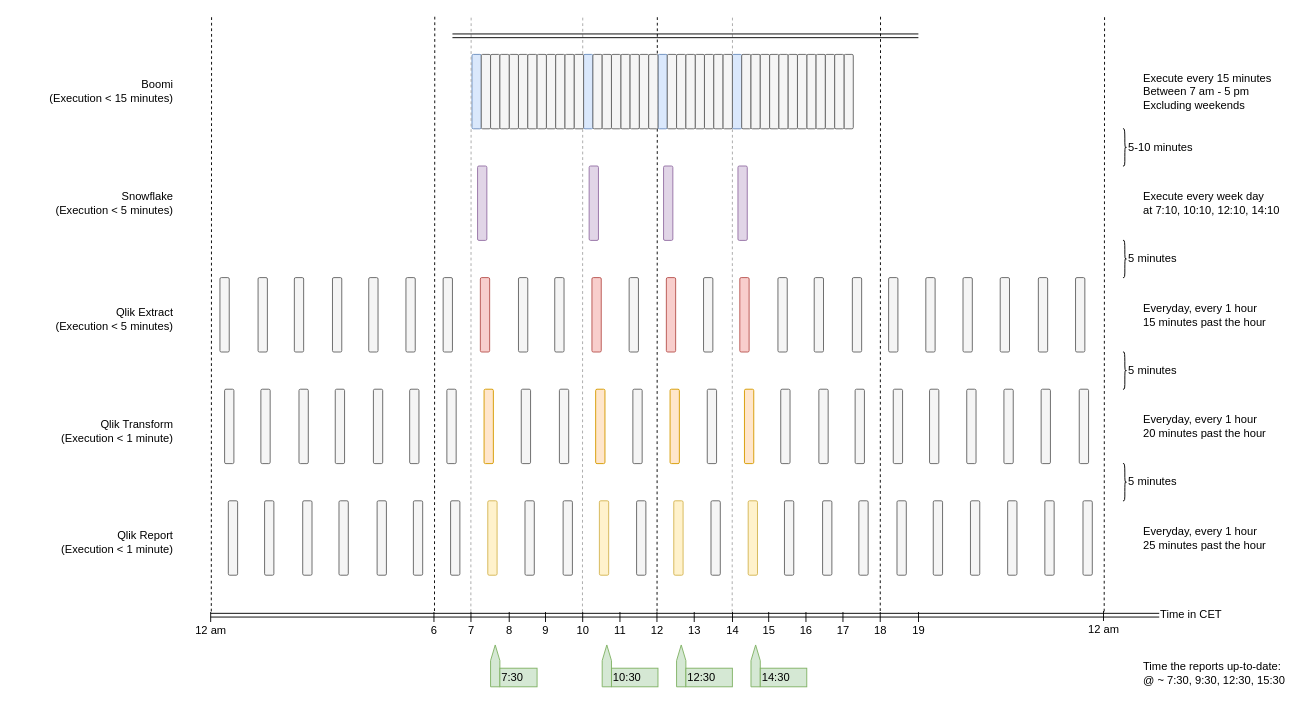
Before: IMpact schedules.drawio in Medair/drawio, a draw.io diagram. Source tidied: cells renumbered, new cells numbered last; positions are measured from the earlier drawing's top-left corner, leaving out a move shared by most shapes. Both pictures are drawn from the tidied source at 93%, with x=0, y=0 at pixel (34, 16).
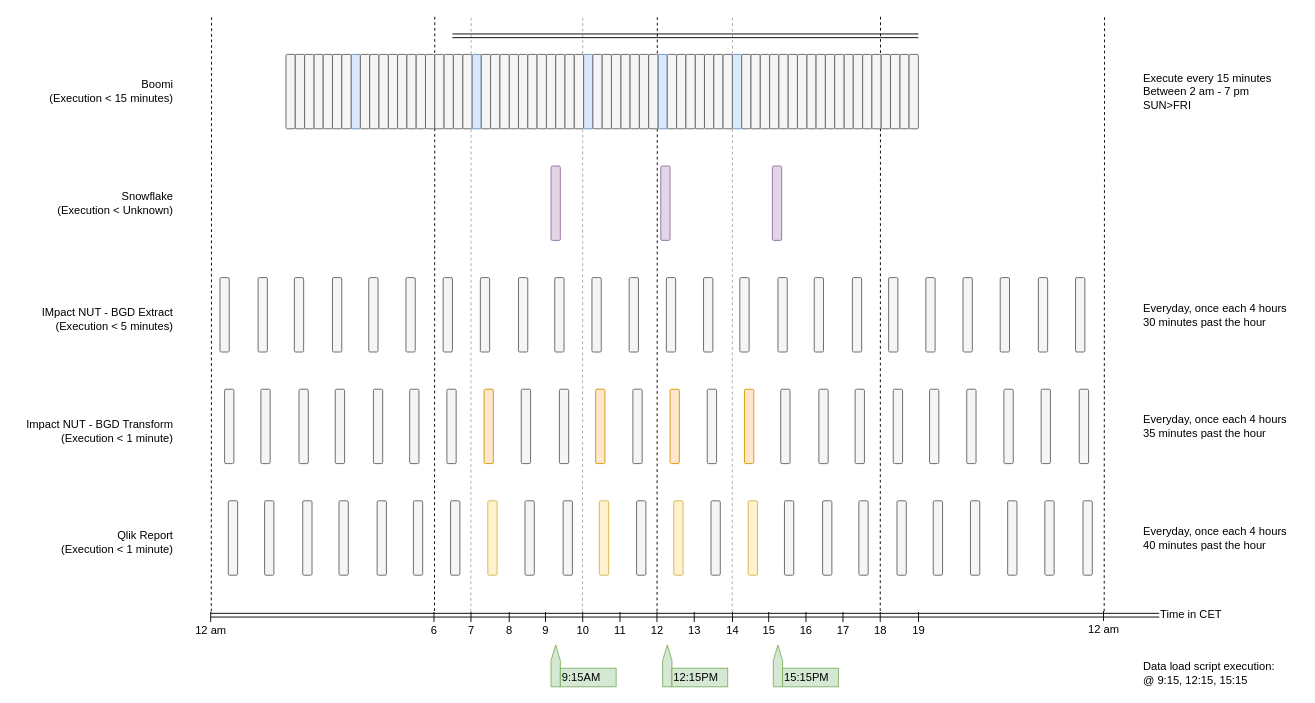
The same page after the edit.

Change to the diagram source:
```diff
@@
     <mxCell id="13" style="rounded=1;html=1;strokeColor=#9673a6;fillColor=#e1d5e7;verticalAlign=bottom;whiteSpace=wrap;labelPosition=center;verticalLabelPosition=top;align=center;" parent="1" vertex="1">
-      <mxGeometry x="476" y="161" width="10" height="80" as="geometry" />
+      <mxGeometry x="555" y="161" width="10" height="80" as="geometry" />
     </mxCell>
-    <mxCell id="14" style="rounded=1;whiteSpace=wrap;html=1;strokeColor=#9673a6;fillColor=#e1d5e7;" parent="1" vertex="1">
-      <mxGeometry x="596" y="161" width="10" height="80" as="geometry" />
-    </mxCell>
     <mxCell id="15" style="rounded=1;whiteSpace=wrap;html=1;strokeColor=#9673a6;fillColor=#e1d5e7;" parent="1" vertex="1">
-      <mxGeometry x="676" y="161" width="10" height="80" as="geometry" />
+      <mxGeometry x="673" y="161" width="10" height="80" as="geometry" />
     </mxCell>
     <mxCell id="16" style="rounded=1;whiteSpace=wrap;html=1;strokeColor=#9673a6;fillColor=#e1d5e7;" parent="1" vertex="1">
-      <mxGeometry x="756" y="161" width="10" height="80" as="geometry" />
+      <mxGeometry x="793" y="161" width="10" height="80" as="geometry" />
     </mxCell>
@@
-    <mxCell id="28" value="Snowflake&lt;br&gt;(Execution &amp;lt; 5 minutes)" style="text;html=1;align=right;verticalAlign=middle;strokeColor=none;fillColor=none;" parent="1" vertex="1">
+    <mxCell id="28" value="Snowflake&lt;br&gt;(Execution &amp;lt; Unknown)" style="text;html=1;align=right;verticalAlign=middle;strokeColor=none;fillColor=none;" parent="1" vertex="1">
       <mxGeometry x="10" y="186" width="140" height="30" as="geometry" />
     </mxCell>
@@
-    <mxCell id="30" value="Qlik Extract&lt;br&gt;(Execution &amp;lt; 5 minutes)" style="text;html=1;align=right;verticalAlign=middle;strokeColor=none;fillColor=none;" parent="1" vertex="1">
-      <mxGeometry x="10" y="311" width="140" height="30" as="geometry" />
+    <mxCell id="30" value="IMpact NUT - BGD Extract&lt;br&gt;(Execution &amp;lt; 5 minutes)" style="text;html=1;align=right;verticalAlign=middle;strokeColor=none;fillColor=none;" parent="1" vertex="1">
+      <mxGeometry x="-10" y="311" width="160" height="30" as="geometry" />
     </mxCell>
@@
-    <mxCell id="32" style="rounded=1;whiteSpace=wrap;html=1;strokeColor=#b85450;fillColor=#f8cecc;" parent="1" vertex="1">
+    <mxCell id="32" style="rounded=1;whiteSpace=wrap;html=1;strokeColor=#666666;fillColor=#f5f5f5;fontColor=#333333;" parent="1" vertex="1">
       <mxGeometry x="599" y="281" width="10" height="80" as="geometry" />
     </mxCell>
@@
-    <mxCell id="34" style="rounded=1;whiteSpace=wrap;html=1;strokeColor=#b85450;fillColor=#f8cecc;" parent="1" vertex="1">
+    <mxCell id="34" style="rounded=1;whiteSpace=wrap;html=1;strokeColor=#666666;fillColor=#f5f5f5;fontColor=#333333;" parent="1" vertex="1">
       <mxGeometry x="679" y="281" width="10" height="80" as="geometry" />
     </mxCell>
@@
-    <mxCell id="39" style="rounded=1;whiteSpace=wrap;html=1;strokeColor=#b85450;fillColor=#f8cecc;" parent="1" vertex="1">
+    <mxCell id="39" style="rounded=1;whiteSpace=wrap;html=1;strokeColor=#666666;fillColor=#f5f5f5;fontColor=#333333;" parent="1" vertex="1">
       <mxGeometry x="479" y="281" width="10" height="80" as="geometry" />
     </mxCell>
@@
-    <mxCell id="54" style="rounded=1;whiteSpace=wrap;html=1;strokeColor=#b85450;fillColor=#f8cecc;" parent="1" vertex="1">
+    <mxCell id="54" style="rounded=1;whiteSpace=wrap;html=1;strokeColor=#666666;fillColor=#f5f5f5;fontColor=#333333;" parent="1" vertex="1">
       <mxGeometry x="758" y="281" width="10" height="80" as="geometry" />
     </mxCell>
@@
-    <mxCell id="56" value="Qlik Transform&lt;br&gt;(Execution &amp;lt; 1 minute)" style="text;html=1;align=right;verticalAlign=middle;strokeColor=none;fillColor=none;" parent="1" vertex="1">
-      <mxGeometry x="10" y="431" width="140" height="30" as="geometry" />
+    <mxCell id="56" value="Impact NUT - BGD Transform&lt;br&gt;(Execution &amp;lt; 1 minute)" style="text;html=1;align=right;verticalAlign=middle;strokeColor=none;fillColor=none;" parent="1" vertex="1">
+      <mxGeometry x="-20" y="431" width="170" height="30" as="geometry" />
     </mxCell>
@@
-    <mxCell id="106" value="Execute every 15 minutes&lt;br&gt;Between 7 am - 5 pm&lt;br&gt;Excluding weekends" style="text;html=1;align=left;verticalAlign=middle;strokeColor=none;fillColor=none;" parent="1" vertex="1">
+    <mxCell id="106" value="Execute every 15 minutes&lt;br&gt;Between 2 am - 7 pm&lt;br&gt;SUN&amp;gt;FRI" style="text;html=1;align=left;verticalAlign=middle;strokeColor=none;fillColor=none;" parent="1" vertex="1">
       <mxGeometry x="1190" y="56" width="150" height="50" as="geometry" />
     </mxCell>
-    <mxCell id="107" value="Execute every week day&lt;br&gt;at 7:10, 10:10, 12:10, 14:10" style="text;html=1;align=left;verticalAlign=middle;strokeColor=none;fillColor=none;" parent="1" vertex="1">
-      <mxGeometry x="1190" y="186" width="160" height="30" as="geometry" />
-    </mxCell>
-    <mxCell id="108" value="Everyday, every 1 hour&lt;br&gt;15 minutes past the hour" style="text;html=1;align=left;verticalAlign=middle;strokeColor=none;fillColor=none;" parent="1" vertex="1">
-      <mxGeometry x="1190" y="306" width="150" height="30" as="geometry" />
+    <mxCell id="108" value="Everyday, once each 4 hours&lt;br&gt;30 minutes past the hour" style="text;html=1;align=left;verticalAlign=middle;strokeColor=none;fillColor=none;" parent="1" vertex="1">
+      <mxGeometry x="1190" y="306" width="170" height="30" as="geometry" />
     </mxCell>
-    <mxCell id="109" value="Everyday, every 1 hour&lt;br&gt;20 minutes past the hour" style="text;html=1;align=left;verticalAlign=middle;strokeColor=none;fillColor=none;" parent="1" vertex="1">
-      <mxGeometry x="1190" y="426" width="150" height="30" as="geometry" />
-    </mxCell>
-    <mxCell id="110" value="Everyday, every 1 hour&lt;br&gt;25 minutes past the hour" style="text;html=1;align=left;verticalAlign=middle;strokeColor=none;fillColor=none;" parent="1" vertex="1">
-      <mxGeometry x="1190" y="546" width="150" height="30" as="geometry" />
-    </mxCell>
-    <mxCell id="111" value="Time the reports up-to-date:&lt;br&gt;@ ~ 7:30, 9:30, 12:30, 15:30" style="text;html=1;align=left;verticalAlign=middle;strokeColor=none;fillColor=none;" parent="1" vertex="1">
-      <mxGeometry x="1190" y="691" width="170" height="30" as="geometry" />
+    <mxCell id="111" value="Data load script execution:&lt;br&gt;@ 9:15, 12:15, 15:15" style="text;html=1;align=left;verticalAlign=middle;strokeColor=none;fillColor=none;" parent="1" vertex="1">
+      <mxGeometry x="1190" y="691" width="160" height="30" as="geometry" />
     </mxCell>
     <mxCell id="112" style="shape=offPageConnector;whiteSpace=wrap;html=1;strokeColor=#82b366;fillColor=#d5e8d4;align=center;verticalAlign=top;rotation=-180;labelPosition=center;verticalLabelPosition=bottom;" parent="1" vertex="1">
-      <mxGeometry x="490" y="676" width="10" height="45" as="geometry" />
+      <mxGeometry x="555" y="676" width="10" height="45" as="geometry" />
     </mxCell>
-    <mxCell id="113" value="7:30" style="text;html=1;align=left;verticalAlign=middle;strokeColor=#82b366;fillColor=#d5e8d4;" parent="1" vertex="1">
-      <mxGeometry x="500" y="701" width="40" height="20" as="geometry" />
+    <mxCell id="113" value="9:15AM" style="text;html=1;align=left;verticalAlign=middle;strokeColor=#82b366;fillColor=#d5e8d4;" parent="1" vertex="1">
+      <mxGeometry x="565" y="701" width="60" height="20" as="geometry" />
     </mxCell>
-    <mxCell id="114" style="shape=offPageConnector;whiteSpace=wrap;html=1;strokeColor=#82b366;fillColor=#d5e8d4;align=center;verticalAlign=top;rotation=-180;labelPosition=center;verticalLabelPosition=bottom;" parent="1" vertex="1">
-      <mxGeometry x="610" y="676" width="10" height="45" as="geometry" />
-    </mxCell>
-    <mxCell id="115" value="10:30" style="text;html=1;align=left;verticalAlign=middle;strokeColor=#82b366;fillColor=#d5e8d4;" parent="1" vertex="1">
-      <mxGeometry x="620" y="701" width="50" height="20" as="geometry" />
-    </mxCell>
     <mxCell id="116" style="shape=offPageConnector;whiteSpace=wrap;html=1;strokeColor=#82b366;fillColor=#d5e8d4;align=center;verticalAlign=top;rotation=-180;labelPosition=center;verticalLabelPosition=bottom;" parent="1" vertex="1">
-      <mxGeometry x="690" y="676" width="10" height="45" as="geometry" />
+      <mxGeometry x="675" y="676" width="10" height="45" as="geometry" />
     </mxCell>
-    <mxCell id="117" value="12:30" style="text;html=1;align=left;verticalAlign=middle;strokeColor=#82b366;fillColor=#d5e8d4;" parent="1" vertex="1">
-      <mxGeometry x="700" y="701" width="50" height="20" as="geometry" />
+    <mxCell id="117" value="12:15PM" style="text;html=1;align=left;verticalAlign=middle;strokeColor=#82b366;fillColor=#d5e8d4;" parent="1" vertex="1">
+      <mxGeometry x="685" y="701" width="60" height="20" as="geometry" />
     </mxCell>
-    <mxCell id="118" style="shape=offPageConnector;whiteSpace=wrap;html=1;strokeColor=#82b366;fillColor=#d5e8d4;align=center;verticalAlign=top;rotation=-180;labelPosition=center;verticalLabelPosition=bottom;" parent="1" vertex="1">
-      <mxGeometry x="770" y="676" width="10" height="45" as="geometry" />
-    </mxCell>
-    <mxCell id="119" value="14:30" style="text;html=1;align=left;verticalAlign=middle;strokeColor=#82b366;fillColor=#d5e8d4;" parent="1" vertex="1">
-      <mxGeometry x="780" y="701" width="50" height="20" as="geometry" />
-    </mxCell>
@@
-    <mxCell id="133" value="5-10 minutes" style="shape=curlyBracket;html=1;rounded=1;flipH=1;align=left;verticalAlign=middle;labelPosition=right;verticalLabelPosition=middle;textDirection=ltr;labelBackgroundColor=none;fontColor=default;" parent="1" vertex="1">
-      <mxGeometry x="1170" y="121" width="4" height="40" as="geometry" />
-    </mxCell>
-    <mxCell id="134" value="5 minutes" style="shape=curlyBracket;html=1;rounded=1;flipH=1;align=left;verticalAlign=middle;labelPosition=right;verticalLabelPosition=middle;textDirection=ltr;labelBackgroundColor=none;fontColor=default;" parent="1" vertex="1">
-      <mxGeometry x="1170" y="241" width="4" height="40" as="geometry" />
-    </mxCell>
-    <mxCell id="135" value="5 minutes" style="shape=curlyBracket;html=1;rounded=1;flipH=1;align=left;verticalAlign=middle;labelPosition=right;verticalLabelPosition=middle;textDirection=ltr;labelBackgroundColor=none;fontColor=default;" parent="1" vertex="1">
-      <mxGeometry x="1170" y="361" width="4" height="40" as="geometry" />
-    </mxCell>
-    <mxCell id="136" value="5 minutes" style="shape=curlyBracket;html=1;rounded=1;flipH=1;align=left;verticalAlign=middle;labelPosition=right;verticalLabelPosition=middle;textDirection=ltr;labelBackgroundColor=none;fontColor=default;" parent="1" vertex="1">
-      <mxGeometry x="1170" y="481" width="4" height="40" as="geometry" />
-    </mxCell>
@@
+    <mxCell id="169" style="shape=offPageConnector;whiteSpace=wrap;html=1;strokeColor=#82b366;fillColor=#d5e8d4;align=center;verticalAlign=top;rotation=-180;labelPosition=center;verticalLabelPosition=bottom;" parent="1" vertex="1">
+      <mxGeometry x="794" y="676" width="10" height="45" as="geometry" />
+    </mxCell>
+    <mxCell id="170" value="15:15PM" style="text;html=1;align=left;verticalAlign=middle;strokeColor=#82b366;fillColor=#d5e8d4;" parent="1" vertex="1">
+      <mxGeometry x="804" y="701" width="60" height="20" as="geometry" />
+    </mxCell>
+    <mxCell id="171" value="Everyday, once each 4 hours&lt;br&gt;35 minutes past the hour" style="text;html=1;align=left;verticalAlign=middle;strokeColor=none;fillColor=none;" parent="1" vertex="1">
+      <mxGeometry x="1190" y="426" width="170" height="30" as="geometry" />
+    </mxCell>
+    <mxCell id="172" value="Everyday, once each 4 hours&lt;br&gt;40 minutes past the hour" style="text;html=1;align=left;verticalAlign=middle;strokeColor=none;fillColor=none;" parent="1" vertex="1">
+      <mxGeometry x="1190" y="546" width="170" height="30" as="geometry" />
+    </mxCell>
+    <mxCell id="173" style="rounded=1;whiteSpace=wrap;html=1;strokeColor=#666666;fillColor=#f5f5f5;fontColor=#333333;" parent="1" vertex="1">
+      <mxGeometry x="300" y="41" width="10" height="80" as="geometry" />
+    </mxCell>
+    <mxCell id="174" style="rounded=1;whiteSpace=wrap;html=1;strokeColor=#6c8ebf;fillColor=#dae8fc;" parent="1" vertex="1">
+      <mxGeometry x="340" y="41" width="10" height="80" as="geometry" />
+    </mxCell>
+    <mxCell id="175" style="rounded=1;whiteSpace=wrap;html=1;strokeColor=#666666;fillColor=#f5f5f5;fontColor=#333333;" parent="1" vertex="1">
+      <mxGeometry x="380" y="41" width="10" height="80" as="geometry" />
+    </mxCell>
+    <mxCell id="176" style="rounded=1;whiteSpace=wrap;html=1;strokeColor=#666666;fillColor=#f5f5f5;fontColor=#333333;" parent="1" vertex="1">
+      <mxGeometry x="420" y="41" width="10" height="80" as="geometry" />
+    </mxCell>
+    <mxCell id="177" style="rounded=1;whiteSpace=wrap;html=1;strokeColor=#666666;fillColor=#f5f5f5;fontColor=#333333;" parent="1" vertex="1">
+      <mxGeometry x="460" y="41" width="10" height="80" as="geometry" />
+    </mxCell>
+    <mxCell id="178" style="rounded=1;whiteSpace=wrap;html=1;strokeColor=#666666;fillColor=#f5f5f5;fontColor=#333333;" parent="1" vertex="1">
+      <mxGeometry x="270" y="41" width="10" height="80" as="geometry" />
+    </mxCell>
+    <mxCell id="179" style="rounded=1;whiteSpace=wrap;html=1;strokeColor=#666666;fillColor=#f5f5f5;fontColor=#333333;" parent="1" vertex="1">
+      <mxGeometry x="280" y="41" width="10" height="80" as="geometry" />
+    </mxCell>
+    <mxCell id="180" style="rounded=1;whiteSpace=wrap;html=1;strokeColor=#666666;fillColor=#f5f5f5;fontColor=#333333;" parent="1" vertex="1">
+      <mxGeometry x="290" y="41" width="10" height="80" as="geometry" />
+    </mxCell>
+    <mxCell id="181" style="rounded=1;whiteSpace=wrap;html=1;strokeColor=#666666;fillColor=#f5f5f5;fontColor=#333333;" parent="1" vertex="1">
+      <mxGeometry x="310" y="41" width="10" height="80" as="geometry" />
+    </mxCell>
+    <mxCell id="182" style="rounded=1;whiteSpace=wrap;html=1;strokeColor=#666666;fillColor=#f5f5f5;fontColor=#333333;" parent="1" vertex="1">
+      <mxGeometry x="320" y="41" width="10" height="80" as="geometry" />
+    </mxCell>
+    <mxCell id="183" style="rounded=1;whiteSpace=wrap;html=1;strokeColor=#666666;fillColor=#f5f5f5;fontColor=#333333;" parent="1" vertex="1">
+      <mxGeometry x="330" y="41" width="10" height="80" as="geometry" />
+    </mxCell>
+    <mxCell id="184" style="rounded=1;whiteSpace=wrap;html=1;strokeColor=#666666;fillColor=#f5f5f5;fontColor=#333333;" parent="1" vertex="1">
+      <mxGeometry x="350" y="41" width="10" height="80" as="geometry" />
+    </mxCell>
+    <mxCell id="185" style="rounded=1;whiteSpace=wrap;html=1;strokeColor=#666666;fillColor=#f5f5f5;fontColor=#333333;" parent="1" vertex="1">
+      <mxGeometry x="360" y="41" width="10" height="80" as="geometry" />
+    </mxCell>
+    <mxCell id="186" style="rounded=1;whiteSpace=wrap;html=1;strokeColor=#666666;fillColor=#f5f5f5;fontColor=#333333;" parent="1" vertex="1">
+      <mxGeometry x="370" y="41" width="10" height="80" as="geometry" />
+    </mxCell>
+    <mxCell id="187" style="rounded=1;whiteSpace=wrap;html=1;strokeColor=#666666;fillColor=#f5f5f5;fontColor=#333333;" parent="1" vertex="1">
+      <mxGeometry x="390" y="41" width="10" height="80" as="geometry" />
+    </mxCell>
+    <mxCell id="188" style="rounded=1;whiteSpace=wrap;html=1;strokeColor=#666666;fillColor=#f5f5f5;fontColor=#333333;" parent="1" vertex="1">
+      <mxGeometry x="400" y="41" width="10" height="80" as="geometry" />
+    </mxCell>
+    <mxCell id="189" style="rounded=1;whiteSpace=wrap;html=1;strokeColor=#666666;fillColor=#f5f5f5;fontColor=#333333;" parent="1" vertex="1">
+      <mxGeometry x="410" y="41" width="10" height="80" as="geometry" />
+    </mxCell>
+    <mxCell id="190" style="rounded=1;whiteSpace=wrap;html=1;strokeColor=#666666;fillColor=#f5f5f5;fontColor=#333333;" parent="1" vertex="1">
+      <mxGeometry x="430" y="41" width="10" height="80" as="geometry" />
+    </mxCell>
+    <mxCell id="191" style="rounded=1;whiteSpace=wrap;html=1;strokeColor=#666666;fillColor=#f5f5f5;fontColor=#333333;" parent="1" vertex="1">
+      <mxGeometry x="440" y="41" width="10" height="80" as="geometry" />
+    </mxCell>
+    <mxCell id="192" style="rounded=1;whiteSpace=wrap;html=1;strokeColor=#666666;fillColor=#f5f5f5;fontColor=#333333;" parent="1" vertex="1">
+      <mxGeometry x="450" y="41" width="10" height="80" as="geometry" />
+    </mxCell>
+    <mxCell id="193" style="rounded=1;whiteSpace=wrap;html=1;strokeColor=#666666;fillColor=#f5f5f5;fontColor=#333333;" parent="1" vertex="1">
+      <mxGeometry x="890" y="41" width="10" height="80" as="geometry" />
+    </mxCell>
+    <mxCell id="194" style="rounded=1;whiteSpace=wrap;html=1;strokeColor=#666666;fillColor=#f5f5f5;fontColor=#333333;" parent="1" vertex="1">
+      <mxGeometry x="930" y="41" width="10" height="80" as="geometry" />
+    </mxCell>
+    <mxCell id="195" style="rounded=1;whiteSpace=wrap;html=1;strokeColor=#666666;fillColor=#f5f5f5;fontColor=#333333;" parent="1" vertex="1">
+      <mxGeometry x="880" y="41" width="10" height="80" as="geometry" />
+    </mxCell>
+    <mxCell id="196" style="rounded=1;whiteSpace=wrap;html=1;strokeColor=#666666;fillColor=#f5f5f5;fontColor=#333333;" parent="1" vertex="1">
+      <mxGeometry x="900" y="41" width="10" height="80" as="geometry" />
+    </mxCell>
+    <mxCell id="197" style="rounded=1;whiteSpace=wrap;html=1;strokeColor=#666666;fillColor=#f5f5f5;fontColor=#333333;" parent="1" vertex="1">
+      <mxGeometry x="910" y="41" width="10" height="80" as="geometry" />
+    </mxCell>
+    <mxCell id="198" style="rounded=1;whiteSpace=wrap;html=1;strokeColor=#666666;fillColor=#f5f5f5;fontColor=#333333;" parent="1" vertex="1">
+      <mxGeometry x="920" y="41" width="10" height="80" as="geometry" />
+    </mxCell>
+    <mxCell id="199" style="rounded=1;whiteSpace=wrap;html=1;strokeColor=#666666;fillColor=#f5f5f5;fontColor=#333333;" parent="1" vertex="1">
+      <mxGeometry x="940" y="41" width="10" height="80" as="geometry" />
+    </mxCell>
```
